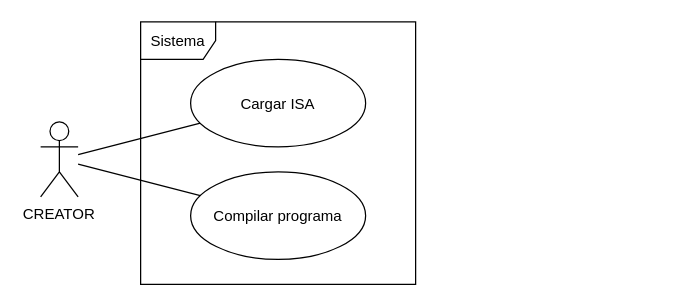
ALVAROPING1/TFG keeps this draw.io diagram as img/use_cases.drawio. Above is the earlier version. Source tidied: cells renumbered, new cells numbered last; positions are measured from the earlier drawing's top-left corner, leaving out a move shared by most shapes. Both pictures are drawn from the tidied source at 125%, with x=0, y=0 at pixel (40, 21).
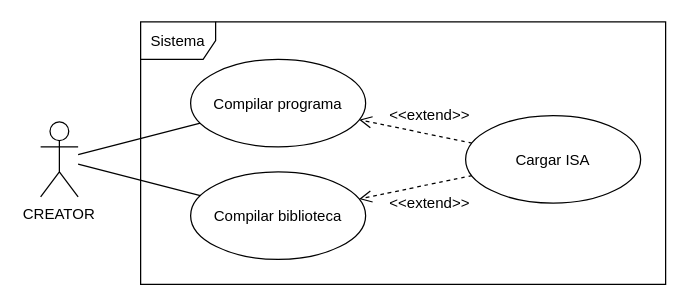
After the change.

Commit message (it also covers changes not shown here):
fixed use cases model

The edit, as a diff of the source:
```diff
@@
 <mxGraphModel>
   <root>
     <mxCell id="0" />
     <mxCell id="1" parent="0" />
     <mxCell id="2" style="rounded=0;jettySize=auto;endArrow=none;endFill=0;fontColor=default;labelBackgroundColor=default;" parent="1" edge="1" source="4" target="6">
       <mxGeometry relative="1" as="geometry" />
     </mxCell>
     <mxCell id="3" style="rounded=0;jettySize=auto;endArrow=none;endFill=0;fontColor=default;labelBackgroundColor=default;" parent="1" edge="1" source="4" target="7">
       <mxGeometry relative="1" as="geometry" />
     </mxCell>
     <mxCell id="4" value="CREATOR" style="shape=umlActor;verticalLabelPosition=bottom;verticalAlign=top;outlineConnect=0;fontColor=default;labelBackgroundColor=default;" parent="1" vertex="1">
       <mxGeometry y="80" width="30" height="60" as="geometry" />
     </mxCell>
     <mxCell id="5" value="Sistema" style="shape=umlFrame;fontColor=default;labelBackgroundColor=default;" parent="1" vertex="1">
-      <mxGeometry x="80" width="220" height="210" as="geometry" />
+      <mxGeometry x="80" width="420" height="210" as="geometry" />
     </mxCell>
-    <mxCell id="6" value="Cargar ISA" style="ellipse;fontColor=default;labelBackgroundColor=default;" parent="1" vertex="1">
+    <mxCell id="6" value="Compilar programa" style="ellipse;fontColor=default;labelBackgroundColor=default;" parent="1" vertex="1">
       <mxGeometry x="120" y="30" width="140" height="70" as="geometry" />
     </mxCell>
-    <mxCell id="7" value="Compilar programa" style="ellipse;fontColor=default;labelBackgroundColor=default;" parent="1" vertex="1">
+    <mxCell id="7" value="Compilar biblioteca" style="ellipse;fontColor=default;labelBackgroundColor=default;" parent="1" vertex="1">
       <mxGeometry x="120" y="120" width="140" height="70" as="geometry" />
     </mxCell>
+    <mxCell id="8" style="edgeStyle=none;curved=1;rounded=0;jettySize=auto;html=1;fontSize=12;startSize=8;endSize=8;endArrow=open;endFill=0;dashed=1;" parent="1" edge="1" source="12" target="7">
+      <mxGeometry relative="1" as="geometry" />
+    </mxCell>
+    <mxCell id="9" value="&amp;lt;&amp;lt;extend&amp;gt;&amp;gt;" style="edgeLabel;html=1;align=center;verticalAlign=middle;fontSize=12;labelBackgroundColor=none;" parent="8" vertex="1">
+      <mxGeometry x="0.35" y="-1" relative="1" as="geometry">
+        <mxPoint x="26" y="10" as="offset" />
+      </mxGeometry>
+    </mxCell>
+    <mxCell id="10" style="edgeStyle=none;curved=1;rounded=0;jettySize=auto;html=1;fontSize=12;startSize=8;endSize=8;dashed=1;endArrow=open;endFill=0;" parent="1" edge="1" source="12" target="6">
+      <mxGeometry relative="1" as="geometry" />
+    </mxCell>
+    <mxCell id="11" value="&amp;lt;&amp;lt;extend&amp;gt;&amp;gt;" style="edgeLabel;html=1;align=center;verticalAlign=middle;fontSize=12;labelBackgroundColor=none;" parent="10" vertex="1">
+      <mxGeometry x="-0.1" y="2" relative="1" as="geometry">
+        <mxPoint x="6" y="-16" as="offset" />
+      </mxGeometry>
+    </mxCell>
+    <mxCell id="12" value="Cargar ISA" style="ellipse;fontColor=default;labelBackgroundColor=default;" parent="1" vertex="1">
+      <mxGeometry x="340" y="75" width="140" height="70" as="geometry" />
+    </mxCell>
   </root>
 </mxGraphModel>
```
